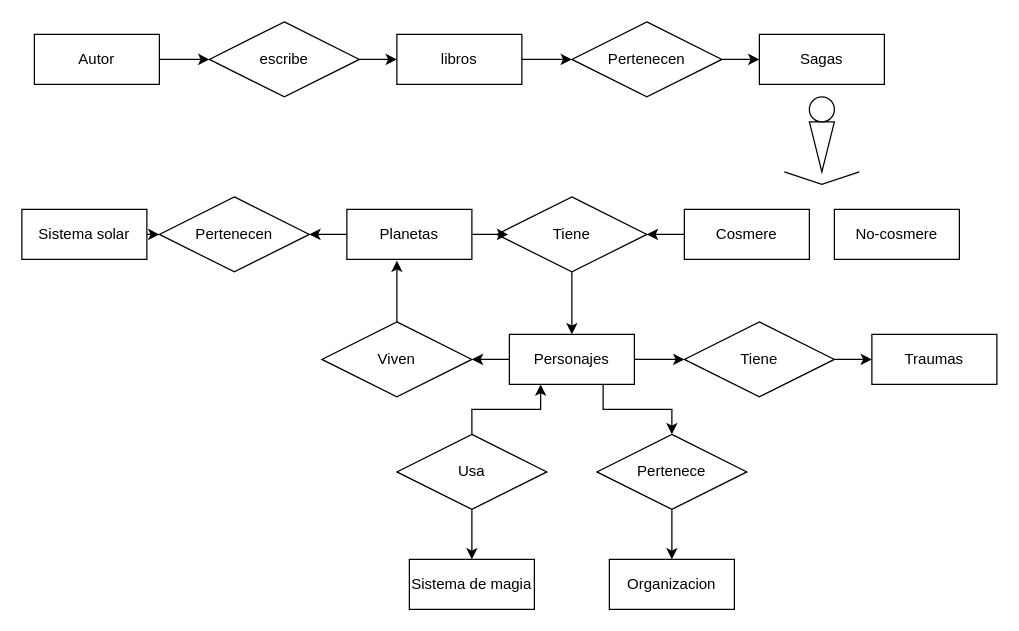
Before: Diagrama sin título.drawio in IvanBL8/EntidadRelacionCosmere, a draw.io diagram. Source tidied: cells renumbered, new cells numbered last; positions are measured from the earlier drawing's top-left corner, leaving out a move shared by most shapes. Both pictures are drawn from the tidied source at 125%, with x=0, y=0 at pixel (21, 21).
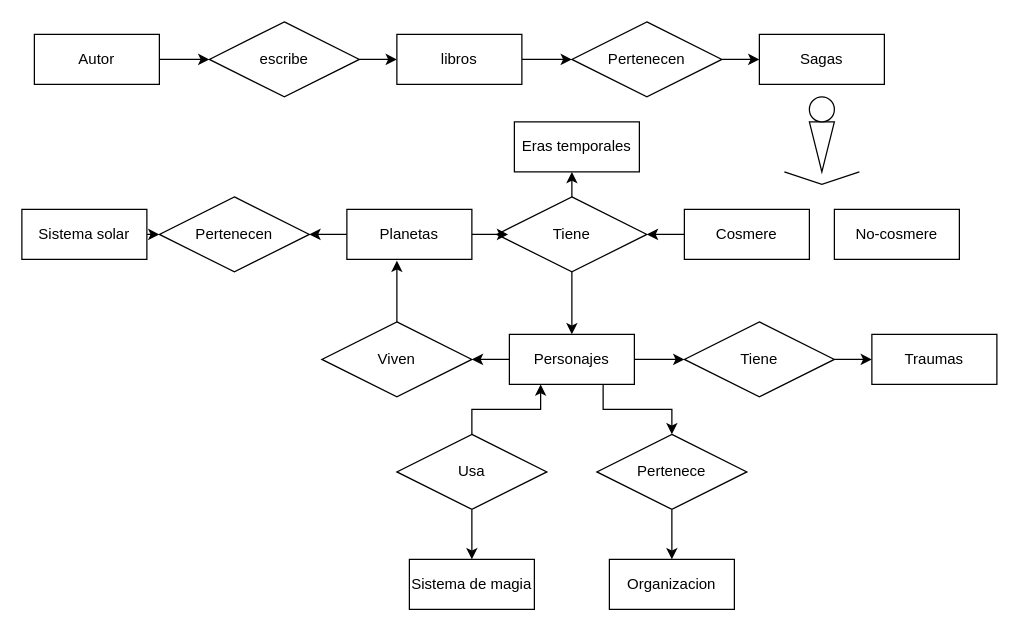
Above is the later version.

The change refers to these unchanged cells:
```xml
<mxCell id="18" value="Tiene" style="shape=rhombus;perimeter=rhombusPerimeter;whiteSpace=wrap;html=1;align=center;" parent="1" vertex="1">
  <mxGeometry x="380" y="140" width="120" height="60" as="geometry" />
</mxCell>
```

Change to the diagram source:
```diff
@@
+    <mxCell id="41" style="edgeStyle=orthogonalEdgeStyle;rounded=0;jettySize=auto;html=1;exitX=0.5;exitY=0;exitDx=0;exitDy=0;" parent="1" edge="1" source="18">
+      <mxGeometry relative="1" as="geometry">
+        <mxPoint x="440" y="120" as="targetPoint" />
+      </mxGeometry>
+    </mxCell>
@@
+    <mxCell id="42" value="Eras temporales" style="whiteSpace=wrap;html=1;align=center;" parent="1" vertex="1">
+      <mxGeometry x="394" y="80" width="100" height="40" as="geometry" />
+    </mxCell>
```
